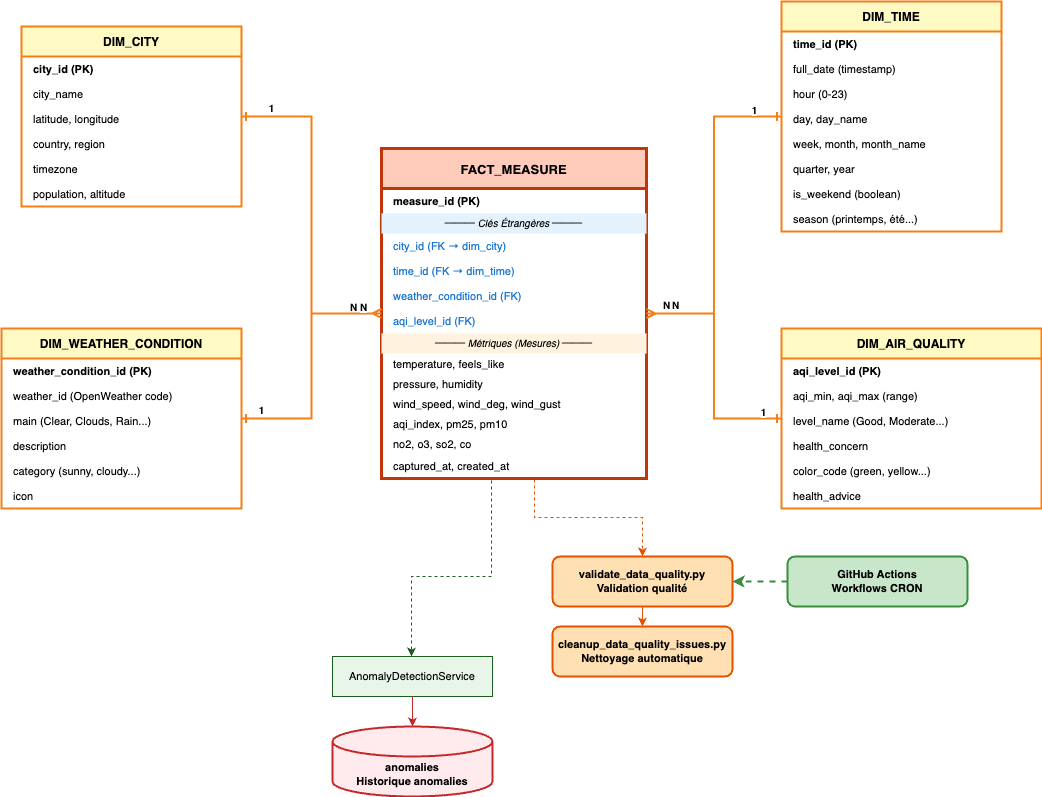
Bastien-rab35/totalgreen-etl_2 keeps this draw.io diagram as docs/star_schema.png. Above is the earlier version. Source tidied: cells renumbered, new cells last; positions are measured from the earlier drawing's top-left corner, leaving out a move shared by most shapes.
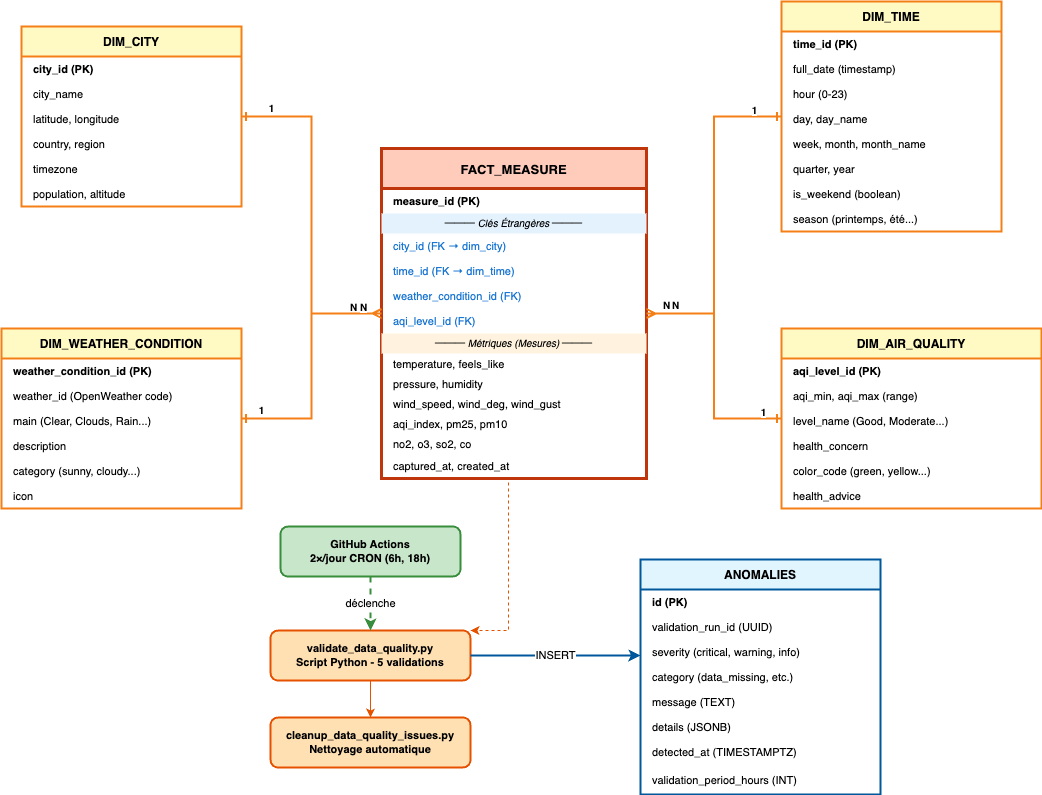
Above is the later version.

What changed in the source:
```diff
@@ -186,40 +186,62 @@
         <mxPoint x="-5" y="-9" as="offset" />
       </mxGeometry>
     </mxCell>
-    <mxCell id="58" value="AnomalyDetectionService" style="rounded=0;whiteSpace=wrap;html=1;fillColor=#E8F5E9;strokeColor=#1B5E20;fontSize=11;" parent="1" vertex="1">
-      <mxGeometry x="331" y="655" width="160" height="40" as="geometry" />
-    </mxCell>
-    <mxCell id="59" value="validate_data_quality.py&#10;Validation qualité" style="rounded=1;whiteSpace=wrap;html=1;fillColor=#FFE0B2;strokeColor=#E65100;strokeWidth=2;fontSize=11;fontStyle=1;" parent="1" vertex="1">
-      <mxGeometry x="551" y="555" width="180" height="50" as="geometry" />
-    </mxCell>
+    <mxCell id="68" value="ANOMALIES" style="swimlane;fontStyle=1;horizontal=1;startSize=30;fillColor=#E1F5FE;strokeColor=#01579B;strokeWidth=2;fontSize=12;" parent="1" vertex="1">
+      <mxGeometry x="639" y="558" width="240" height="235" as="geometry" />
+    </mxCell>
+    <mxCell id="69" value="id (PK)" style="text;strokeColor=none;fillColor=none;align=left;verticalAlign=middle;spacingLeft=10;spacingRight=4;overflow=hidden;fontStyle=1;fontSize=11;" parent="68" vertex="1">
+      <mxGeometry y="30" width="240" height="25" as="geometry" />
+    </mxCell>
+    <mxCell id="70" value="validation_run_id (UUID)" style="text;strokeColor=none;fillColor=none;align=left;verticalAlign=middle;spacingLeft=10;spacingRight=4;overflow=hidden;fontSize=11;" parent="68" vertex="1">
+      <mxGeometry y="55" width="240" height="25" as="geometry" />
+    </mxCell>
+    <mxCell id="71" value="severity (critical, warning, info)" style="text;strokeColor=none;fillColor=none;align=left;verticalAlign=middle;spacingLeft=10;spacingRight=4;overflow=hidden;points=[[0,0.5],[1,0.5]];portConstraint=eastwest;fontSize=11;" parent="68" vertex="1">
+      <mxGeometry y="80" width="240" height="25" as="geometry" />
+    </mxCell>
+    <mxCell id="72" value="category (data_missing, etc.)" style="text;strokeColor=none;fillColor=none;align=left;verticalAlign=middle;spacingLeft=10;spacingRight=4;overflow=hidden;fontSize=11;" parent="68" vertex="1">
+      <mxGeometry y="105" width="240" height="25" as="geometry" />
+    </mxCell>
+    <mxCell id="73" value="message (TEXT)" style="text;strokeColor=none;fillColor=none;align=left;verticalAlign=middle;spacingLeft=10;spacingRight=4;overflow=hidden;fontSize=11;" parent="68" vertex="1">
+      <mxGeometry y="130" width="240" height="25" as="geometry" />
+    </mxCell>
+    <mxCell id="74" value="details (JSONB)" style="text;strokeColor=none;fillColor=none;align=left;verticalAlign=middle;spacingLeft=10;spacingRight=4;overflow=hidden;fontSize=11;" parent="68" vertex="1">
+      <mxGeometry y="155" width="240" height="25" as="geometry" />
+    </mxCell>
+    <mxCell id="75" value="detected_at (TIMESTAMPTZ)" style="text;strokeColor=none;fillColor=none;align=left;verticalAlign=middle;spacingLeft=10;spacingRight=4;overflow=hidden;fontSize=11;" parent="68" vertex="1">
+      <mxGeometry y="180" width="240" height="25" as="geometry" />
+    </mxCell>
+    <mxCell id="76" value="validation_period_hours (INT)" style="text;strokeColor=none;fillColor=none;align=left;verticalAlign=middle;spacingLeft=10;spacingRight=4;overflow=hidden;fontSize=11;" parent="68" vertex="1">
+      <mxGeometry y="205" width="240" height="30" as="geometry" />
+    </mxCell>
+    <mxCell id="77" value="validate_data_quality.py&#10;Script Python - 5 validations" style="rounded=1;whiteSpace=wrap;html=1;fillColor=#FFE0B2;strokeColor=#E65100;strokeWidth=2;fontSize=11;fontStyle=1;" parent="1" vertex="1">
+      <mxGeometry x="269" y="629" width="200" height="50" as="geometry" />
+    </mxCell>
     <mxCell id="60" value="cleanup_data_quality_issues.py&#10;Nettoyage automatique" style="rounded=1;whiteSpace=wrap;html=1;fillColor=#FFE0B2;strokeColor=#E65100;strokeWidth=2;fontSize=11;fontStyle=1;" parent="1" vertex="1">
-      <mxGeometry x="551" y="625" width="180" height="50" as="geometry" />
+      <mxGeometry x="269" y="716" width="200" height="50" as="geometry" />
     </mxCell>
-    <mxCell id="61" value="GitHub Actions&#10;Workflows CRON" style="rounded=1;whiteSpace=wrap;html=1;fillColor=#C8E6C9;strokeColor=#388E3C;strokeWidth=2;fontSize=11;fontStyle=1;" parent="1" vertex="1">
-      <mxGeometry x="786" y="555" width="180" height="50" as="geometry" />
-    </mxCell>
-    <mxCell id="62" value="anomalies&#10;Historique anomalies" style="shape=cylinder3;whiteSpace=wrap;html=1;boundedLbl=1;backgroundOutline=1;size=15;fillColor=#FFEBEE;strokeColor=#C62828;strokeWidth=2;fontSize=11;fontStyle=1;" parent="1" vertex="1">
-      <mxGeometry x="331" y="725" width="160" height="70" as="geometry" />
-    </mxCell>
-    <mxCell id="63" style="edgeStyle=orthogonalEdgeStyle;rounded=0;jettySize=auto;html=1;strokeWidth=1;strokeColor=#E65100;dashed=1;exitX=0.577;exitY=1.04;exitDx=0;exitDy=0;exitPerimeter=0;" parent="1" edge="1" source="15" target="59">
-      <mxGeometry relative="1" as="geometry" />
-    </mxCell>
-    <mxCell id="64" style="edgeStyle=orthogonalEdgeStyle;rounded=0;jettySize=auto;html=1;strokeWidth=1;strokeColor=#E65100;" parent="1" edge="1" source="59" target="60">
-      <mxGeometry relative="1" as="geometry" />
-    </mxCell>
-    <mxCell id="65" style="edgeStyle=orthogonalEdgeStyle;rounded=0;jettySize=auto;html=1;strokeWidth=2;strokeColor=#388E3C;dashed=1;" parent="1" edge="1" source="61" target="59">
-      <mxGeometry relative="1" as="geometry" />
-    </mxCell>
-    <mxCell id="66" style="edgeStyle=orthogonalEdgeStyle;rounded=0;jettySize=auto;html=1;strokeWidth=1;strokeColor=#C62828;" parent="1" edge="1" source="58" target="62">
-      <mxGeometry relative="1" as="geometry" />
-    </mxCell>
-    <mxCell id="67" style="edgeStyle=orthogonalEdgeStyle;rounded=0;jettySize=auto;html=1;strokeWidth=1;strokeColor=#1B5E20;dashed=1;exitX=0.415;exitY=1.08;exitDx=0;exitDy=0;exitPerimeter=0;" parent="1" edge="1" source="15" target="58">
-      <mxGeometry relative="1" as="geometry">
-        <Array as="points">
-          <mxPoint x="490" y="575" />
-          <mxPoint x="410" y="575" />
-        </Array>
-      </mxGeometry>
-    </mxCell>
+    <mxCell id="78" value="GitHub Actions&#10;2×/jour CRON (6h, 18h)" style="rounded=1;whiteSpace=wrap;html=1;fillColor=#C8E6C9;strokeColor=#388E3C;strokeWidth=2;fontSize=11;fontStyle=1;" parent="1" vertex="1">
+      <mxGeometry x="279" y="525" width="180" height="50" as="geometry" />
+    </mxCell>
+    <mxCell id="79" style="edgeStyle=orthogonalEdgeStyle;rounded=0;jettySize=auto;html=1;strokeWidth=1;strokeColor=#E65100;dashed=1;exitX=0.479;exitY=1.16;exitDx=0;exitDy=0;exitPerimeter=0;entryX=1;entryY=0;entryDx=0;entryDy=0;" parent="1" edge="1" source="15" target="77">
+      <mxGeometry relative="1" as="geometry">
+        <Array as="points">
+          <mxPoint x="507" y="629" />
+        </Array>
+      </mxGeometry>
+    </mxCell>
+    <mxCell id="80" style="edgeStyle=orthogonalEdgeStyle;rounded=0;jettySize=auto;html=1;strokeWidth=1;strokeColor=#E65100;" parent="1" edge="1" source="77" target="60">
+      <mxGeometry relative="1" as="geometry" />
+    </mxCell>
+    <mxCell id="81" value="déclenche" style="edgeStyle=orthogonalEdgeStyle;rounded=0;jettySize=auto;html=1;strokeWidth=2;strokeColor=#388E3C;dashed=1;entryX=0.5;entryY=0;entryDx=0;entryDy=0;" parent="1" edge="1" source="78" target="77">
+      <mxGeometry relative="1" as="geometry" />
+    </mxCell>
+    <mxCell id="82" value="INSERT" style="edgeStyle=orthogonalEdgeStyle;rounded=0;jettySize=auto;html=1;strokeWidth=2;strokeColor=#01579B;" parent="1" edge="1" source="77" target="71">
+      <mxGeometry relative="1" as="geometry">
+        <Array as="points">
+          <mxPoint x="596" y="654" />
+          <mxPoint x="596" y="654" />
+        </Array>
+      </mxGeometry>
+    </mxCell>
   </root>
 </mxGraphModel>
```
